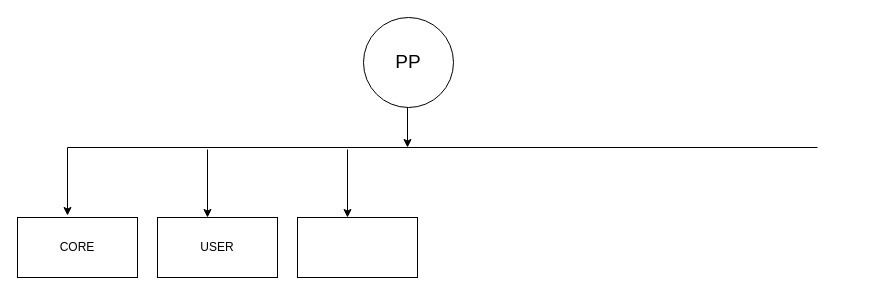
Above: Untitled Diagram.drawio in manishnegi94/gitBranch (draw.io), before the change. Source tidied: cells renumbered, new cells numbered last; positions are measured from the earlier drawing's top-left corner, leaving out a move shared by most shapes. Both pictures are drawn from the tidied source at 100%, with x=0, y=0 at pixel (17, 17).
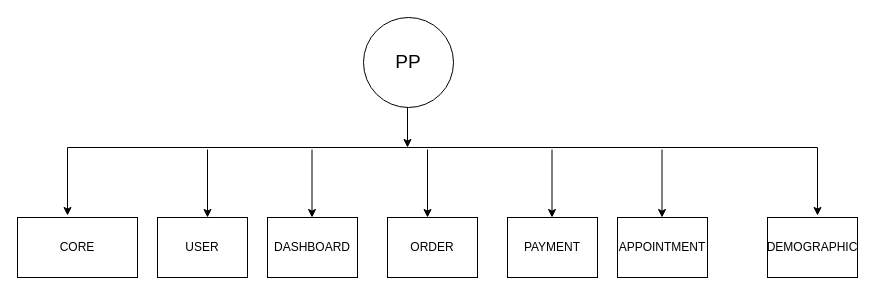
Above is the later version.

The edit, as a diff of the source:
```diff
@@
     <mxCell id="5" value="USER" style="rounded=0;whiteSpace=wrap;html=1;" parent="1" vertex="1">
-      <mxGeometry x="140" y="200" width="120" height="60" as="geometry" />
+      <mxGeometry x="140" y="200" width="90" height="60" as="geometry" />
     </mxCell>
@@
-    <mxCell id="9" style="rounded=0;whiteSpace=wrap;html=1;" parent="1" vertex="1">
-      <mxGeometry x="280" y="200" width="120" height="60" as="geometry" />
+    <mxCell id="9" value="DASHBOARD" style="rounded=0;whiteSpace=wrap;html=1;" parent="1" vertex="1">
+      <mxGeometry x="250" y="200" width="90" height="60" as="geometry" />
     </mxCell>
     <mxCell id="10" style="endArrow=classic;html=1;" parent="1" edge="1">
       <mxGeometry relative="1" as="geometry">
-        <mxPoint x="330" y="132" as="sourcePoint" />
-        <mxPoint x="330" y="200" as="targetPoint" />
+        <mxPoint x="294.5" y="132" as="sourcePoint" />
+        <mxPoint x="294.5" y="200" as="targetPoint" />
       </mxGeometry>
     </mxCell>
+    <mxCell id="11" value="ORDER" style="rounded=0;whiteSpace=wrap;html=1;" parent="1" vertex="1">
+      <mxGeometry x="370" y="200" width="90" height="60" as="geometry" />
+    </mxCell>
+    <mxCell id="12" style="endArrow=classic;html=1;" parent="1" edge="1">
+      <mxGeometry relative="1" as="geometry">
+        <mxPoint x="410" y="132" as="sourcePoint" />
+        <mxPoint x="410" y="200" as="targetPoint" />
+      </mxGeometry>
+    </mxCell>
+    <mxCell id="13" value="PAYMENT" style="rounded=0;whiteSpace=wrap;html=1;" parent="1" vertex="1">
+      <mxGeometry x="490" y="200" width="90" height="60" as="geometry" />
+    </mxCell>
+    <mxCell id="14" style="endArrow=classic;html=1;" parent="1" edge="1">
+      <mxGeometry relative="1" as="geometry">
+        <mxPoint x="534.5" y="132" as="sourcePoint" />
+        <mxPoint x="534.5" y="200" as="targetPoint" />
+      </mxGeometry>
+    </mxCell>
+    <mxCell id="15" value="APPOINTMENT" style="rounded=0;whiteSpace=wrap;html=1;" parent="1" vertex="1">
+      <mxGeometry x="600" y="200" width="90" height="60" as="geometry" />
+    </mxCell>
+    <mxCell id="16" style="endArrow=classic;html=1;" parent="1" edge="1">
+      <mxGeometry relative="1" as="geometry">
+        <mxPoint x="644.5" y="132" as="sourcePoint" />
+        <mxPoint x="644.5" y="200" as="targetPoint" />
+      </mxGeometry>
+    </mxCell>
+    <mxCell id="17" value="DEMOGRAPHIC" style="rounded=0;whiteSpace=wrap;html=1;" parent="1" vertex="1">
+      <mxGeometry x="750" y="200" width="90" height="60" as="geometry" />
+    </mxCell>
+    <mxCell id="18" style="endArrow=classic;html=1;" parent="1" edge="1">
+      <mxGeometry relative="1" as="geometry">
+        <mxPoint x="800" y="130" as="sourcePoint" />
+        <mxPoint x="800" y="198" as="targetPoint" />
+      </mxGeometry>
+    </mxCell>
```
